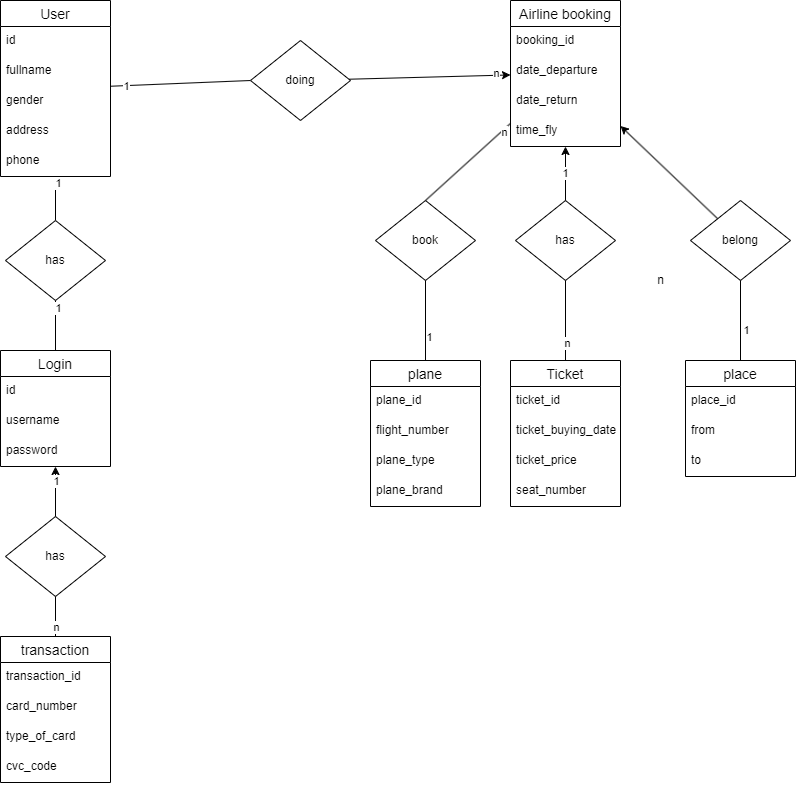
Earlier version of the draw.io export analysis/Entity.drawio.png (GumBox/CloudAirlineG8). Source tidied: cells renumbered, new cells last; positions are measured from the earlier drawing's top-left corner, leaving out a move shared by most shapes.
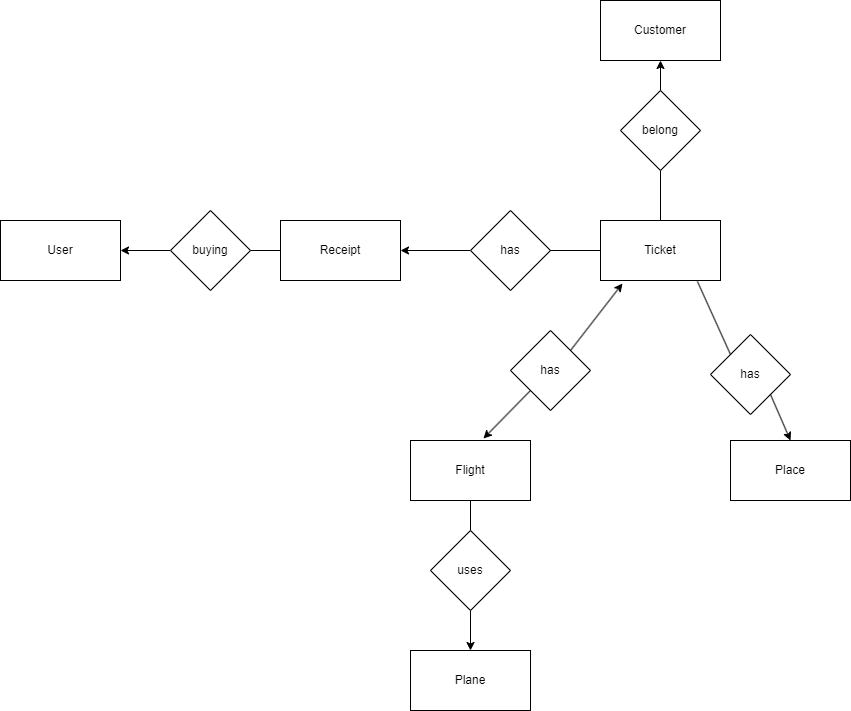
Above is the later version.

What changed in the source:
```diff
@@ -2,194 +2,80 @@
   <root>
     <mxCell id="0" />
     <mxCell id="1" parent="0" />
-    <mxCell id="2" style="endArrow=none;html=1;rounded=0;entryX=0;entryY=0.5;entryDx=0;entryDy=0;" parent="1" edge="1" source="5" target="4">
-      <mxGeometry relative="1" as="geometry" />
-    </mxCell>
-    <mxCell id="3" value="1" style="edgeLabel;html=1;align=center;verticalAlign=middle;" parent="2" vertex="1">
-      <mxGeometry x="-0.77" relative="1" as="geometry" />
-    </mxCell>
-    <mxCell id="4" value="doing" style="rhombus;whiteSpace=wrap;html=1;" parent="1" vertex="1">
-      <mxGeometry x="250" y="40" width="100" height="80" as="geometry" />
-    </mxCell>
-    <mxCell id="5" value="User" style="swimlane;fontStyle=0;horizontal=1;startSize=26;align=center;fontSize=14;" parent="1" vertex="1">
-      <mxGeometry width="110" height="176" as="geometry" />
+    <mxCell id="5" value="User" style="rounded=0;whiteSpace=wrap;html=1;" parent="1" vertex="1">
+      <mxGeometry y="1056" width="120" height="60" as="geometry" />
     </mxCell>
-    <mxCell id="6" value="id " style="text;strokeColor=none;fillColor=none;spacingLeft=4;spacingRight=4;overflow=hidden;fontSize=12;" parent="5" vertex="1">
-      <mxGeometry y="26" width="110" height="30" as="geometry" />
-    </mxCell>
-    <mxCell id="7" value="fullname" style="text;strokeColor=none;fillColor=none;spacingLeft=4;spacingRight=4;overflow=hidden;fontSize=12;" parent="5" vertex="1">
-      <mxGeometry y="56" width="110" height="30" as="geometry" />
-    </mxCell>
-    <mxCell id="8" value="gender" style="text;strokeColor=none;fillColor=none;spacingLeft=4;spacingRight=4;overflow=hidden;fontSize=12;" parent="5" vertex="1">
-      <mxGeometry y="86" width="110" height="30" as="geometry" />
-    </mxCell>
-    <mxCell id="9" value="address" style="text;strokeColor=none;fillColor=none;spacingLeft=4;spacingRight=4;overflow=hidden;fontSize=12;" parent="5" vertex="1">
-      <mxGeometry y="116" width="110" height="30" as="geometry" />
-    </mxCell>
-    <mxCell id="10" value="phone" style="text;strokeColor=none;fillColor=none;spacingLeft=4;spacingRight=4;overflow=hidden;fontSize=12;" parent="5" vertex="1">
-      <mxGeometry y="146" width="110" height="30" as="geometry" />
-    </mxCell>
-    <mxCell id="11" value="Airline booking" style="swimlane;fontStyle=0;horizontal=1;startSize=26;align=center;fontSize=14;" parent="1" vertex="1">
-      <mxGeometry x="510" width="110" height="146" as="geometry" />
-    </mxCell>
-    <mxCell id="12" value="booking_id" style="text;strokeColor=none;fillColor=none;spacingLeft=4;spacingRight=4;overflow=hidden;fontSize=12;" parent="11" vertex="1">
-      <mxGeometry y="26" width="110" height="30" as="geometry" />
-    </mxCell>
-    <mxCell id="13" value="date_departure" style="text;strokeColor=none;fillColor=none;spacingLeft=4;spacingRight=4;overflow=hidden;fontSize=12;" parent="11" vertex="1">
-      <mxGeometry y="56" width="110" height="30" as="geometry" />
-    </mxCell>
-    <mxCell id="14" value="date_return" style="text;strokeColor=none;fillColor=none;spacingLeft=4;spacingRight=4;overflow=hidden;fontSize=12;" parent="11" vertex="1">
-      <mxGeometry y="86" width="110" height="30" as="geometry" />
-    </mxCell>
-    <mxCell id="15" value="time_fly" style="text;strokeColor=none;fillColor=none;spacingLeft=4;spacingRight=4;overflow=hidden;fontSize=12;" parent="11" vertex="1">
-      <mxGeometry y="116" width="110" height="30" as="geometry" />
-    </mxCell>
-    <mxCell id="16" value="book" style="rhombus;whiteSpace=wrap;html=1;" parent="1" vertex="1">
-      <mxGeometry x="375" y="200" width="100" height="80" as="geometry" />
-    </mxCell>
-    <mxCell id="17" style="endArrow=none;html=1;rounded=0;entryX=0.5;entryY=0;entryDx=0;entryDy=0;" parent="1" edge="1" source="11" target="16">
-      <mxGeometry relative="1" as="geometry" />
-    </mxCell>
-    <mxCell id="18" value="n" style="edgeLabel;html=1;align=center;verticalAlign=middle;" parent="17" vertex="1">
-      <mxGeometry x="-0.82" y="2" relative="1" as="geometry" />
-    </mxCell>
+    <mxCell id="65" style="endArrow=classic;html=1;rounded=0;entryX=0.183;entryY=1.05;entryDx=0;entryDy=0;entryPerimeter=0;exitX=1;exitY=0;exitDx=0;exitDy=0;" parent="1" edge="1" source="78" target="19">
+      <mxGeometry relative="1" as="geometry" />
+    </mxCell>
+    <mxCell id="66" style="endArrow=classic;html=1;rounded=0;entryX=0.5;entryY=1;entryDx=0;entryDy=0;exitX=0.5;exitY=0;exitDx=0;exitDy=0;" parent="1" edge="1" source="58" target="75">
+      <mxGeometry relative="1" as="geometry" />
+    </mxCell>
+    <mxCell id="67" style="endArrow=classic;html=1;rounded=0;entryX=0.608;entryY=-0.033;entryDx=0;entryDy=0;entryPerimeter=0;exitX=0;exitY=1;exitDx=0;exitDy=0;" parent="1" edge="1" source="78" target="79">
+      <mxGeometry relative="1" as="geometry" />
+    </mxCell>
+    <mxCell id="68" style="endArrow=classic;html=1;rounded=0;entryX=1;entryY=0.5;entryDx=0;entryDy=0;exitX=0;exitY=0.5;exitDx=0;exitDy=0;" parent="1" edge="1" source="73" target="71">
+      <mxGeometry relative="1" as="geometry" />
+    </mxCell>
+    <mxCell id="69" style="endArrow=classic;html=1;rounded=0;entryX=1;entryY=0.5;entryDx=0;entryDy=0;exitX=0;exitY=0.5;exitDx=0;exitDy=0;" parent="1" edge="1" source="70" target="5">
+      <mxGeometry relative="1" as="geometry" />
+    </mxCell>
+    <mxCell id="70" value="buying" style="rhombus;whiteSpace=wrap;html=1;" parent="1" vertex="1">
+      <mxGeometry x="170" y="1046" width="80" height="80" as="geometry" />
+    </mxCell>
+    <mxCell id="71" value="Receipt" style="rounded=0;whiteSpace=wrap;html=1;" parent="1" vertex="1">
+      <mxGeometry x="280" y="1056" width="120" height="60" as="geometry" />
+    </mxCell>
+    <mxCell id="72" style="endArrow=none;html=1;rounded=0;" parent="1" edge="1" source="71" target="70">
+      <mxGeometry relative="1" as="geometry" />
+    </mxCell>
+    <mxCell id="73" value="has" style="rhombus;whiteSpace=wrap;html=1;" parent="1" vertex="1">
+      <mxGeometry x="470" y="1046" width="80" height="80" as="geometry" />
+    </mxCell>
-    <mxCell id="19" value="Ticket" style="swimlane;fontStyle=0;horizontal=1;startSize=26;align=center;fontSize=14;" parent="1" vertex="1">
-      <mxGeometry x="510" y="360" width="110" height="146" as="geometry" />
+    <mxCell id="19" value="Ticket" style="rounded=0;whiteSpace=wrap;html=1;" parent="1" vertex="1">
+      <mxGeometry x="600" y="1056" width="120" height="60" as="geometry" />
     </mxCell>
-    <mxCell id="20" value="ticket_id" style="text;strokeColor=none;fillColor=none;spacingLeft=4;spacingRight=4;overflow=hidden;fontSize=12;" parent="19" vertex="1">
-      <mxGeometry y="26" width="110" height="30" as="geometry" />
-    </mxCell>
-    <mxCell id="21" value="ticket_buying_date" style="text;strokeColor=none;fillColor=none;spacingLeft=4;spacingRight=4;overflow=hidden;fontSize=12;" parent="19" vertex="1">
-      <mxGeometry y="56" width="110" height="30" as="geometry" />
-    </mxCell>
-    <mxCell id="22" value="ticket_price" style="text;strokeColor=none;fillColor=none;spacingLeft=4;spacingRight=4;overflow=hidden;fontSize=12;" parent="19" vertex="1">
-      <mxGeometry y="86" width="110" height="30" as="geometry" />
-    </mxCell>
-    <mxCell id="23" value="seat_number" style="text;strokeColor=none;fillColor=none;spacingLeft=4;spacingRight=4;overflow=hidden;fontSize=12;" parent="19" vertex="1">
-      <mxGeometry y="116" width="110" height="30" as="geometry" />
-    </mxCell>
-    <mxCell id="24" style="endArrow=none;html=1;rounded=0;entryX=0.5;entryY=0;entryDx=0;entryDy=0;" parent="1" edge="1" source="5" target="26">
-      <mxGeometry relative="1" as="geometry" />
-    </mxCell>
-    <mxCell id="25" value="1" style="edgeLabel;html=1;align=center;verticalAlign=middle;" parent="24" vertex="1">
-      <mxGeometry x="-0.72" y="2" relative="1" as="geometry" />
-    </mxCell>
-    <mxCell id="26" value="has" style="rhombus;whiteSpace=wrap;html=1;" parent="1" vertex="1">
-      <mxGeometry x="5" y="220" width="100" height="80" as="geometry" />
-    </mxCell>
-    <mxCell id="27" value="Login" style="swimlane;fontStyle=0;horizontal=1;startSize=26;align=center;fontSize=14;" parent="1" vertex="1">
-      <mxGeometry y="350" width="110" height="116" as="geometry" />
-    </mxCell>
-    <mxCell id="28" value="id" style="text;strokeColor=none;fillColor=none;spacingLeft=4;spacingRight=4;overflow=hidden;fontSize=12;" parent="27" vertex="1">
-      <mxGeometry y="26" width="110" height="30" as="geometry" />
-    </mxCell>
-    <mxCell id="29" value="username" style="text;strokeColor=none;fillColor=none;spacingLeft=4;spacingRight=4;overflow=hidden;fontSize=12;" parent="27" vertex="1">
-      <mxGeometry y="56" width="110" height="30" as="geometry" />
-    </mxCell>
-    <mxCell id="30" value="password" style="text;strokeColor=none;fillColor=none;spacingLeft=4;spacingRight=4;overflow=hidden;fontSize=12;" parent="27" vertex="1">
-      <mxGeometry y="86" width="110" height="30" as="geometry" />
-    </mxCell>
-    <mxCell id="31" value="place" style="swimlane;fontStyle=0;horizontal=1;startSize=26;align=center;fontSize=14;" parent="1" vertex="1">
-      <mxGeometry x="685" y="360" width="110" height="116" as="geometry" />
-    </mxCell>
-    <mxCell id="32" value="place_id" style="text;strokeColor=none;fillColor=none;spacingLeft=4;spacingRight=4;overflow=hidden;fontSize=12;" parent="31" vertex="1">
-      <mxGeometry y="26" width="110" height="30" as="geometry" />
-    </mxCell>
-    <mxCell id="33" value="from" style="text;strokeColor=none;fillColor=none;spacingLeft=4;spacingRight=4;overflow=hidden;fontSize=12;" parent="31" vertex="1">
-      <mxGeometry y="56" width="110" height="30" as="geometry" />
-    </mxCell>
-    <mxCell id="34" value="to" style="text;strokeColor=none;fillColor=none;spacingLeft=4;spacingRight=4;overflow=hidden;fontSize=12;" parent="31" vertex="1">
-      <mxGeometry y="86" width="110" height="30" as="geometry" />
-    </mxCell>
-    <mxCell id="35" value="plane" style="swimlane;fontStyle=0;horizontal=1;startSize=26;align=center;fontSize=14;" parent="1" vertex="1">
-      <mxGeometry x="370" y="360" width="110" height="146" as="geometry" />
-    </mxCell>
-    <mxCell id="36" value="plane_id" style="text;strokeColor=none;fillColor=none;spacingLeft=4;spacingRight=4;overflow=hidden;fontSize=12;" parent="35" vertex="1">
-      <mxGeometry y="26" width="110" height="30" as="geometry" />
-    </mxCell>
-    <mxCell id="37" value="flight_number" style="text;strokeColor=none;fillColor=none;spacingLeft=4;spacingRight=4;overflow=hidden;fontSize=12;" parent="35" vertex="1">
-      <mxGeometry y="56" width="110" height="30" as="geometry" />
-    </mxCell>
-    <mxCell id="38" value="plane_type" style="text;strokeColor=none;fillColor=none;spacingLeft=4;spacingRight=4;overflow=hidden;fontSize=12;" parent="35" vertex="1">
-      <mxGeometry y="86" width="110" height="30" as="geometry" />
-    </mxCell>
-    <mxCell id="39" value="plane_brand" style="text;strokeColor=none;fillColor=none;spacingLeft=4;spacingRight=4;overflow=hidden;fontSize=12;" parent="35" vertex="1">
-      <mxGeometry y="116" width="110" height="30" as="geometry" />
-    </mxCell>
-    <mxCell id="40" style="endArrow=none;html=1;rounded=0;" parent="1" edge="1" source="16" target="35">
-      <mxGeometry relative="1" as="geometry" />
-    </mxCell>
-    <mxCell id="41" value="1" style="edgeLabel;html=1;align=center;verticalAlign=middle;" parent="40" vertex="1">
-      <mxGeometry x="0.41" y="3" relative="1" as="geometry" />
-    </mxCell>
-    <mxCell id="42" value="has" style="rhombus;whiteSpace=wrap;html=1;" parent="1" vertex="1">
-      <mxGeometry x="5" y="516" width="100" height="80" as="geometry" />
-    </mxCell>
-    <mxCell id="43" value="transaction" style="swimlane;fontStyle=0;horizontal=1;startSize=26;align=center;fontSize=14;" parent="1" vertex="1">
-      <mxGeometry y="636" width="110" height="146" as="geometry" />
-    </mxCell>
-    <mxCell id="44" value="transaction_id   &#10;" style="text;strokeColor=none;fillColor=none;spacingLeft=4;spacingRight=4;overflow=hidden;fontSize=12;" parent="43" vertex="1">
-      <mxGeometry y="26" width="110" height="30" as="geometry" />
-    </mxCell>
-    <mxCell id="45" value="card_number" style="text;strokeColor=none;fillColor=none;spacingLeft=4;spacingRight=4;overflow=hidden;fontSize=12;" parent="43" vertex="1">
-      <mxGeometry y="56" width="110" height="30" as="geometry" />
-    </mxCell>
-    <mxCell id="46" value="type_of_card" style="text;strokeColor=none;fillColor=none;spacingLeft=4;spacingRight=4;overflow=hidden;fontSize=12;" parent="43" vertex="1">
-      <mxGeometry y="86" width="110" height="30" as="geometry" />
-    </mxCell>
-    <mxCell id="47" value="cvc_code" style="text;strokeColor=none;fillColor=none;spacingLeft=4;spacingRight=4;overflow=hidden;fontSize=12;" parent="43" vertex="1">
-      <mxGeometry y="116" width="110" height="30" as="geometry" />
-    </mxCell>
-    <mxCell id="48" style="endArrow=none;html=1;rounded=0;" parent="1" edge="1" source="42" target="43">
-      <mxGeometry relative="1" as="geometry" />
-    </mxCell>
-    <mxCell id="49" value="n" style="edgeLabel;html=1;align=center;verticalAlign=middle;" parent="48" vertex="1">
-      <mxGeometry x="0.51" relative="1" as="geometry" />
-    </mxCell>
-    <mxCell id="50" style="endArrow=classic;html=1;rounded=0;" parent="1" edge="1" source="42" target="27">
-      <mxGeometry relative="1" as="geometry" />
-    </mxCell>
-    <mxCell id="51" value="1" style="edgeLabel;html=1;align=center;verticalAlign=middle;" parent="50" vertex="1">
-      <mxGeometry x="0.45" relative="1" as="geometry" />
-    </mxCell>
-    <mxCell id="52" style="endArrow=classic;html=1;rounded=0;" parent="1" edge="1" source="4" target="11">
-      <mxGeometry relative="1" as="geometry" />
-    </mxCell>
-    <mxCell id="53" value="n" style="edgeLabel;html=1;align=center;verticalAlign=middle;" parent="52" vertex="1">
-      <mxGeometry x="0.82" y="2" relative="1" as="geometry" />
-    </mxCell>
-    <mxCell id="54" value="has" style="rhombus;whiteSpace=wrap;html=1;" parent="1" vertex="1">
-      <mxGeometry x="515" y="200" width="100" height="80" as="geometry" />
-    </mxCell>
-    <mxCell id="55" value="1" style="endArrow=classic;html=1;rounded=0;" parent="1" edge="1" source="54" target="11">
-      <mxGeometry relative="1" as="geometry" />
-    </mxCell>
-    <mxCell id="56" style="endArrow=none;html=1;rounded=0;" parent="1" edge="1" source="54" target="19">
-      <mxGeometry relative="1" as="geometry" />
-    </mxCell>
-    <mxCell id="57" value="n" style="edgeLabel;html=1;align=center;verticalAlign=middle;" parent="56" vertex="1">
-      <mxGeometry x="0.56" y="1" relative="1" as="geometry" />
-    </mxCell>
+    <mxCell id="74" style="endArrow=none;html=1;rounded=0;entryX=1;entryY=0.5;entryDx=0;entryDy=0;exitX=0;exitY=0.5;exitDx=0;exitDy=0;" parent="1" edge="1" source="19" target="73">
+      <mxGeometry relative="1" as="geometry" />
+    </mxCell>
     <mxCell id="58" value="belong" style="rhombus;whiteSpace=wrap;html=1;" parent="1" vertex="1">
-      <mxGeometry x="690" y="200" width="100" height="80" as="geometry" />
+      <mxGeometry x="620" y="926" width="80" height="80" as="geometry" />
     </mxCell>
-    <mxCell id="59" style="endArrow=classic;html=1;rounded=0;" parent="1" edge="1" source="58" target="11">
-      <mxGeometry relative="1" as="geometry" />
-    </mxCell>
-    <mxCell id="60" style="endArrow=none;html=1;rounded=0;" parent="1" edge="1" source="31" target="58">
-      <mxGeometry relative="1" as="geometry" />
-    </mxCell>
-    <mxCell id="61" value="1" style="edgeLabel;html=1;align=center;verticalAlign=middle;" parent="60" vertex="1">
-      <mxGeometry x="-0.23" y="-5" relative="1" as="geometry" />
-    </mxCell>
-    <mxCell id="62" value="n" style="text;html=1;align=center;verticalAlign=middle;strokeColor=none;fillColor=none;" parent="1" vertex="1">
-      <mxGeometry x="645" y="265" width="30" height="30" as="geometry" />
-    </mxCell>
-    <mxCell id="63" style="endArrow=none;html=1;rounded=0;" parent="1" edge="1" source="26" target="27">
-      <mxGeometry relative="1" as="geometry" />
-    </mxCell>
-    <mxCell id="64" value="1" style="edgeLabel;html=1;align=center;verticalAlign=middle;" parent="63" vertex="1">
-      <mxGeometry x="-0.72" y="2" relative="1" as="geometry" />
-    </mxCell>
+    <mxCell id="75" value="Customer" style="rounded=0;whiteSpace=wrap;html=1;" parent="1" vertex="1">
+      <mxGeometry x="600" y="836" width="120" height="60" as="geometry" />
+    </mxCell>
+    <mxCell id="76" style="endArrow=none;html=1;rounded=0;entryX=0.5;entryY=0;entryDx=0;entryDy=0;exitX=0.5;exitY=1;exitDx=0;exitDy=0;" parent="1" edge="1" source="58" target="19">
+      <mxGeometry relative="1" as="geometry" />
+    </mxCell>
+    <mxCell id="77" value="has" style="rhombus;whiteSpace=wrap;html=1;" parent="1" vertex="1">
+      <mxGeometry x="710" y="1170" width="80" height="80" as="geometry" />
+    </mxCell>
+    <mxCell id="78" value="has" style="rhombus;whiteSpace=wrap;html=1;" parent="1" vertex="1">
+      <mxGeometry x="510" y="1166" width="80" height="80" as="geometry" />
+    </mxCell>
+    <mxCell id="79" value="Flight" style="rounded=0;whiteSpace=wrap;html=1;" parent="1" vertex="1">
+      <mxGeometry x="410" y="1276" width="120" height="60" as="geometry" />
+    </mxCell>
+    <mxCell id="80" value="uses" style="rhombus;whiteSpace=wrap;html=1;" parent="1" vertex="1">
+      <mxGeometry x="430" y="1366" width="80" height="80" as="geometry" />
+    </mxCell>
+    <mxCell id="81" value="Plane" style="rounded=0;whiteSpace=wrap;html=1;" parent="1" vertex="1">
+      <mxGeometry x="410" y="1486" width="120" height="60" as="geometry" />
+    </mxCell>
+    <mxCell id="82" style="endArrow=none;html=1;rounded=0;entryX=0.5;entryY=1;entryDx=0;entryDy=0;" parent="1" edge="1" source="80" target="79">
+      <mxGeometry relative="1" as="geometry" />
+    </mxCell>
+    <mxCell id="83" style="endArrow=classic;html=1;rounded=0;entryX=0.5;entryY=0;entryDx=0;entryDy=0;exitX=0.5;exitY=1;exitDx=0;exitDy=0;" parent="1" edge="1" source="80" target="81">
+      <mxGeometry relative="1" as="geometry" />
+    </mxCell>
+    <mxCell id="84" value="Place" style="rounded=0;whiteSpace=wrap;html=1;" parent="1" vertex="1">
+      <mxGeometry x="730" y="1276" width="120" height="60" as="geometry" />
+    </mxCell>
+    <mxCell id="85" style="endArrow=classic;html=1;rounded=0;entryX=0.5;entryY=0;entryDx=0;entryDy=0;exitX=1;exitY=1;exitDx=0;exitDy=0;" parent="1" edge="1" source="77" target="84">
+      <mxGeometry relative="1" as="geometry" />
+    </mxCell>
+    <mxCell id="86" style="endArrow=none;html=1;rounded=0;entryX=0.808;entryY=1.017;entryDx=0;entryDy=0;entryPerimeter=0;exitX=0;exitY=0;exitDx=0;exitDy=0;" parent="1" edge="1" source="77" target="19">
+      <mxGeometry relative="1" as="geometry" />
+    </mxCell>
   </root>
 </mxGraphModel>
```
